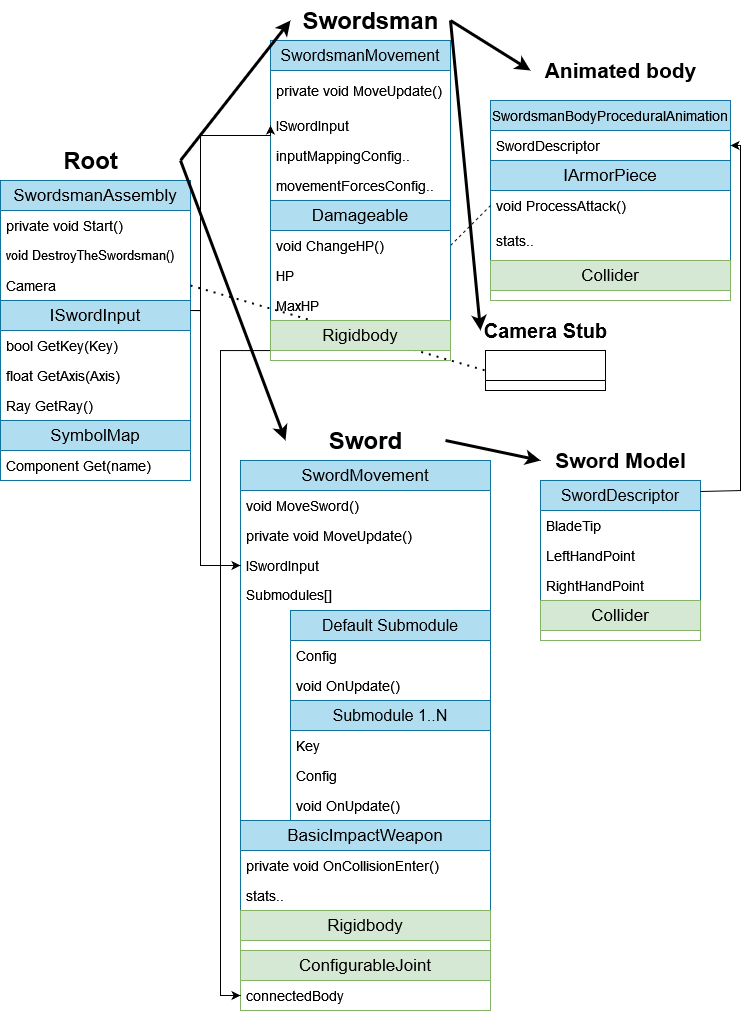
Before: img/Structure-diagram-impl.png, a diagram exported from draw.io (MarkusSecundus/PhysicsSwordfight). Source tidied: cells renumbered, new cells last; positions are measured from the earlier drawing's top-left corner, leaving out a move shared by most shapes.
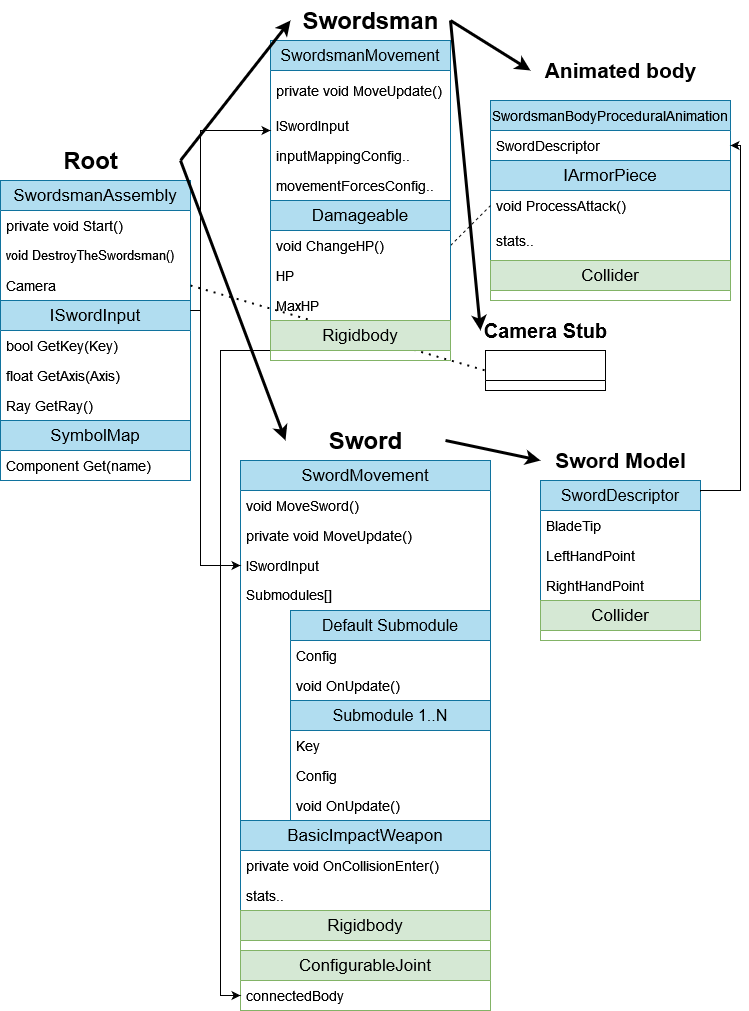
Above is the later version.

Commit message:
fixed wrong arrow direction in structure diagrams

Diff of the diagram source:
```diff
@@ -211,12 +211,14 @@
         </Array>
       </mxGeometry>
     </mxCell>
-    <mxCell id="67" style="edgeStyle=orthogonalEdgeStyle;rounded=0;jettySize=auto;html=1;entryX=0;entryY=0.5;entryDx=0;entryDy=0;fontSize=14;" parent="1" edge="1" target="5">
+    <mxCell id="67" style="edgeStyle=orthogonalEdgeStyle;rounded=0;orthogonalLoop=1;jettySize=auto;html=1;fontSize=14;" parent="1" edge="1">
       <mxGeometry relative="1" as="geometry">
         <mxPoint x="190" y="310" as="sourcePoint" />
+        <mxPoint x="270" y="130" as="targetPoint" />
         <Array as="points">
           <mxPoint x="200" y="310" />
-          <mxPoint x="200" y="135" />
+          <mxPoint x="200" y="130" />
+          <mxPoint x="270" y="130" />
         </Array>
       </mxGeometry>
     </mxCell>
```
